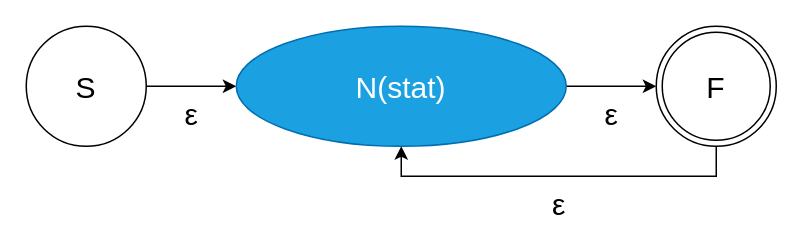
Earlier version of the draw.io diagram scanner/misc/nfa_slist_simple.drawio (Orb-H/PLCOMP_Assignment). Source tidied: cells renumbered, new cells numbered last; positions are measured from the earlier drawing's top-left corner, leaving out a move shared by most shapes. Both pictures are drawn from the tidied source at 150%, with x=0, y=0 at pixel (26, 26).
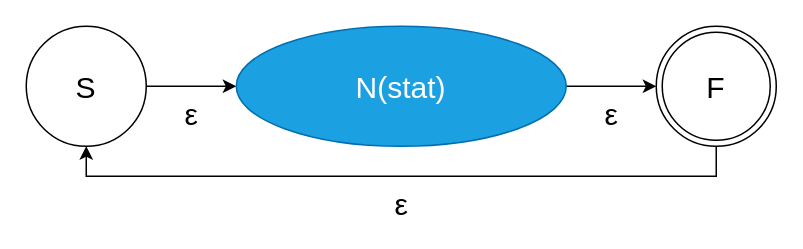
After the change.

Change to the diagram source:
```diff
@@
 <mxGraphModel>
   <root>
     <mxCell id="0" />
     <mxCell id="1" parent="0" />
     <mxCell id="2" value="ε" style="edgeStyle=none;rounded=0;jettySize=auto;html=1;exitX=1;exitY=0.5;exitDx=0;exitDy=0;entryX=0;entryY=0.5;entryDx=0;entryDy=0;fontSize=20;labelPosition=center;verticalLabelPosition=bottom;align=center;verticalAlign=top;" parent="1" edge="1" source="3" target="6">
       <mxGeometry relative="1" as="geometry" />
     </mxCell>
     <mxCell id="3" value="S" style="ellipse;whiteSpace=wrap;html=1;fontSize=20;" parent="1" vertex="1">
       <mxGeometry width="80" height="80" as="geometry" />
     </mxCell>
-    <mxCell id="4" value="ε" style="edgeStyle=orthogonalEdgeStyle;rounded=0;jettySize=auto;html=1;exitX=0.5;exitY=1;exitDx=0;exitDy=0;entryX=0.5;entryY=1;entryDx=0;entryDy=0;fontSize=20;labelPosition=center;verticalLabelPosition=bottom;align=center;verticalAlign=top;" parent="1" edge="1" source="7" target="6">
+    <mxCell id="4" value="ε" style="edgeStyle=orthogonalEdgeStyle;rounded=0;jettySize=auto;html=1;exitX=0.5;exitY=1;exitDx=0;exitDy=0;entryX=0.5;entryY=1;entryDx=0;entryDy=0;fontSize=20;labelPosition=center;verticalLabelPosition=bottom;align=center;verticalAlign=top;" parent="1" edge="1" source="7" target="3">
       <mxGeometry relative="1" as="geometry" />
     </mxCell>
     <mxCell id="5" value="ε" style="edgeStyle=none;rounded=0;jettySize=auto;html=1;exitX=1;exitY=0.5;exitDx=0;exitDy=0;fontSize=20;entryX=0;entryY=0.5;entryDx=0;entryDy=0;labelPosition=center;verticalLabelPosition=bottom;align=center;verticalAlign=top;" parent="1" edge="1" source="6" target="7">
       <mxGeometry relative="1" as="geometry" />
     </mxCell>
     <mxCell id="6" value="N(stat)" style="ellipse;whiteSpace=wrap;html=1;fontSize=20;fillColor=#1ba1e2;strokeColor=#006EAF;fontColor=#ffffff;" parent="1" vertex="1">
       <mxGeometry x="140" width="220" height="80" as="geometry" />
     </mxCell>
     <mxCell id="7" value="F" style="ellipse;shape=doubleEllipse;whiteSpace=wrap;html=1;fontSize=20;" parent="1" vertex="1">
       <mxGeometry x="420" width="80" height="80" as="geometry" />
     </mxCell>
   </root>
 </mxGraphModel>
```
